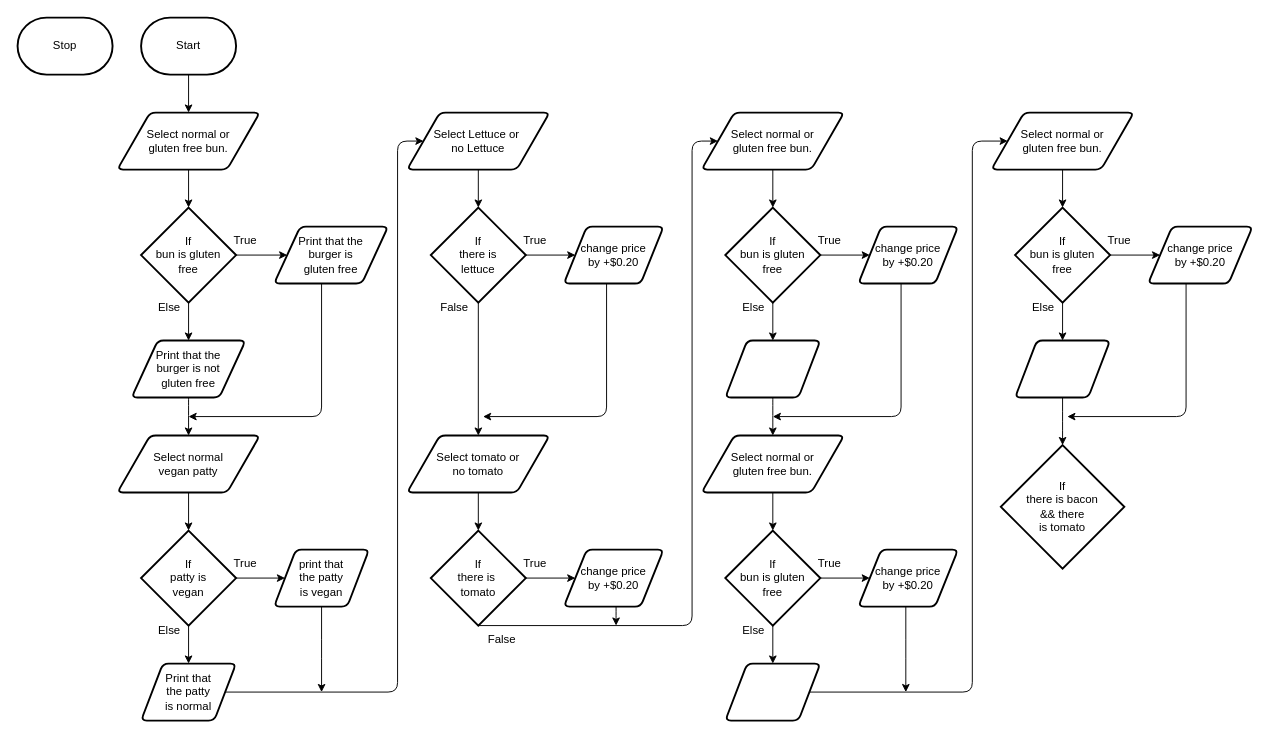
This is design/flowchart.drawio from MTHS-ICD2O-1-2023/ICD2O-Assignment-04-Adam-Batiuk, a draw.io file, before an edit. Source tidied: cells renumbered, new cells numbered last; positions are measured from the earlier drawing's top-left corner, leaving out a move shared by most shapes. Both pictures are drawn from the tidied source at 95%, with x=0, y=0 at pixel (17, 17).
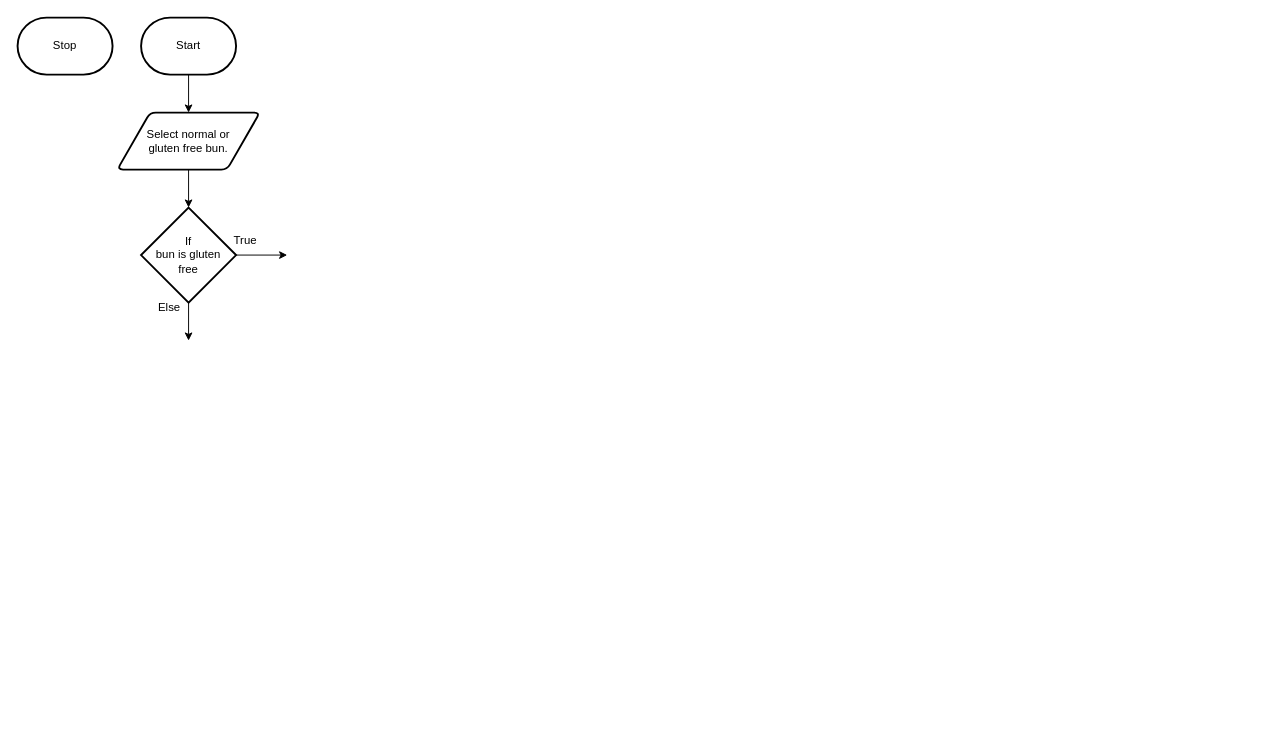
The same page after the edit.

Unchanged cells that the change refers to:
```xml
<mxCell id="9" value="If&lt;br&gt;bun is gluten &lt;br&gt;free" style="strokeWidth=2;html=1;shape=mxgraph.flowchart.decision;whiteSpace=wrap;" parent="1" vertex="1">
  <mxGeometry x="130" y="200" width="100" height="100" as="geometry" />
</mxCell>
```

Diff of the diagram source:
```diff
@@
-    <mxCell id="7" style="edgeStyle=none;html=1;" parent="1" edge="1" source="9" target="11">
-      <mxGeometry relative="1" as="geometry" />
+    <mxCell id="7" style="edgeStyle=none;html=1;" parent="1" edge="1" source="9">
+      <mxGeometry relative="1" as="geometry">
+        <mxPoint x="283.8" y="250" as="targetPoint" />
+      </mxGeometry>
     </mxCell>
-    <mxCell id="8" style="edgeStyle=none;html=1;" parent="1" edge="1" source="9" target="13">
-      <mxGeometry relative="1" as="geometry" />
+    <mxCell id="8" style="edgeStyle=none;html=1;" parent="1" edge="1" source="9">
+      <mxGeometry relative="1" as="geometry">
+        <mxPoint x="180" y="340" as="targetPoint" />
+      </mxGeometry>
     </mxCell>
@@
-    <mxCell id="10" style="edgeStyle=elbowEdgeStyle;html=1;" parent="1" edge="1" source="11">
-      <mxGeometry relative="1" as="geometry">
-        <mxPoint x="180" y="420" as="targetPoint" />
-        <Array as="points">
-          <mxPoint x="320" y="340" />
-        </Array>
-      </mxGeometry>
-    </mxCell>
-    <mxCell id="11" value="Print that the &lt;br&gt;burger is &lt;br&gt;gluten free" style="shape=parallelogram;html=1;strokeWidth=2;perimeter=parallelogramPerimeter;whiteSpace=wrap;rounded=1;arcSize=12;size=0.23;" parent="1" vertex="1">
-      <mxGeometry x="270" y="220" width="120" height="60" as="geometry" />
-    </mxCell>
-    <mxCell id="12" style="edgeStyle=orthogonalEdgeStyle;curved=1;html=1;" parent="1" edge="1" source="13" target="17">
-      <mxGeometry relative="1" as="geometry" />
-    </mxCell>
-    <mxCell id="13" value="Print that the &lt;br&gt;burger is not &lt;br&gt;gluten free" style="shape=parallelogram;html=1;strokeWidth=2;perimeter=parallelogramPerimeter;whiteSpace=wrap;rounded=1;arcSize=12;size=0.23;" parent="1" vertex="1">
-      <mxGeometry x="120" y="340" width="120" height="60" as="geometry" />
-    </mxCell>
@@
-    <mxCell id="16" style="edgeStyle=none;html=1;" parent="1" edge="1" source="17" target="20">
-      <mxGeometry relative="1" as="geometry" />
-    </mxCell>
-    <mxCell id="17" value="Select normal &lt;br&gt;vegan patty" style="shape=parallelogram;html=1;strokeWidth=2;perimeter=parallelogramPerimeter;whiteSpace=wrap;rounded=1;arcSize=12;size=0.23;" parent="1" vertex="1">
-      <mxGeometry x="105" y="440" width="150" height="60" as="geometry" />
-    </mxCell>
-    <mxCell id="18" style="edgeStyle=none;html=1;" parent="1" edge="1" source="20" target="22">
-      <mxGeometry relative="1" as="geometry" />
-    </mxCell>
-    <mxCell id="19" style="edgeStyle=none;html=1;" parent="1" edge="1" source="20" target="24">
-      <mxGeometry relative="1" as="geometry" />
-    </mxCell>
-    <mxCell id="20" value="If&lt;br&gt;patty is &lt;br&gt;vegan" style="strokeWidth=2;html=1;shape=mxgraph.flowchart.decision;whiteSpace=wrap;" parent="1" vertex="1">
-      <mxGeometry x="130" y="540" width="100" height="100" as="geometry" />
-    </mxCell>
-    <mxCell id="21" style="edgeStyle=elbowEdgeStyle;html=1;" parent="1" edge="1" source="22">
-      <mxGeometry relative="1" as="geometry">
-        <mxPoint x="320" y="710" as="targetPoint" />
-      </mxGeometry>
-    </mxCell>
-    <mxCell id="22" value="print that&lt;br&gt;the patty&lt;br&gt;is vegan" style="shape=parallelogram;html=1;strokeWidth=2;perimeter=parallelogramPerimeter;whiteSpace=wrap;rounded=1;arcSize=12;size=0.23;" parent="1" vertex="1">
-      <mxGeometry x="270" y="560" width="100" height="60" as="geometry" />
-    </mxCell>
-    <mxCell id="23" style="edgeStyle=elbowEdgeStyle;html=1;" parent="1" edge="1" source="24" target="28">
-      <mxGeometry relative="1" as="geometry">
-        <Array as="points">
-          <mxPoint x="400" y="420" />
-        </Array>
-      </mxGeometry>
-    </mxCell>
-    <mxCell id="24" value="Print that&lt;br&gt;the patty&lt;br&gt;is normal" style="shape=parallelogram;html=1;strokeWidth=2;perimeter=parallelogramPerimeter;whiteSpace=wrap;rounded=1;arcSize=12;size=0.23;" parent="1" vertex="1">
-      <mxGeometry x="130" y="680" width="100" height="60" as="geometry" />
-    </mxCell>
-    <mxCell id="25" value="True" style="text;html=1;strokeColor=none;fillColor=none;align=center;verticalAlign=middle;whiteSpace=wrap;rounded=0;" parent="1" vertex="1">
-      <mxGeometry x="210" y="560" width="60" height="30" as="geometry" />
-    </mxCell>
-    <mxCell id="26" value="Else" style="text;html=1;strokeColor=none;fillColor=none;align=center;verticalAlign=middle;whiteSpace=wrap;rounded=0;" parent="1" vertex="1">
-      <mxGeometry x="130" y="630" width="60" height="30" as="geometry" />
-    </mxCell>
-    <mxCell id="27" style="edgeStyle=none;html=1;" parent="1" edge="1" source="28" target="31">
-      <mxGeometry relative="1" as="geometry" />
-    </mxCell>
-    <mxCell id="28" value="Select Lettuce or&amp;nbsp;&lt;br&gt;no Lettuce" style="shape=parallelogram;html=1;strokeWidth=2;perimeter=parallelogramPerimeter;whiteSpace=wrap;rounded=1;arcSize=12;size=0.23;" parent="1" vertex="1">
-      <mxGeometry x="410" y="100" width="150" height="60" as="geometry" />
-    </mxCell>
-    <mxCell id="29" style="edgeStyle=none;html=1;" parent="1" edge="1" source="31" target="33">
-      <mxGeometry relative="1" as="geometry" />
-    </mxCell>
-    <mxCell id="30" style="edgeStyle=orthogonalEdgeStyle;html=1;" parent="1" edge="1" source="31" target="37">
-      <mxGeometry relative="1" as="geometry" />
-    </mxCell>
-    <mxCell id="31" value="If&lt;br&gt;there is &lt;br&gt;lettuce" style="strokeWidth=2;html=1;shape=mxgraph.flowchart.decision;whiteSpace=wrap;" parent="1" vertex="1">
-      <mxGeometry x="435" y="200" width="100" height="100" as="geometry" />
-    </mxCell>
-    <mxCell id="32" style="edgeStyle=elbowEdgeStyle;html=1;" parent="1" edge="1" source="33">
-      <mxGeometry relative="1" as="geometry">
-        <mxPoint x="490" y="420" as="targetPoint" />
-        <Array as="points">
-          <mxPoint x="620" y="340" />
-        </Array>
-      </mxGeometry>
-    </mxCell>
-    <mxCell id="33" value="change price&lt;br&gt;by +$0.20" style="shape=parallelogram;html=1;strokeWidth=2;perimeter=parallelogramPerimeter;whiteSpace=wrap;rounded=1;arcSize=12;size=0.23;" parent="1" vertex="1">
-      <mxGeometry x="575" y="220" width="105" height="60" as="geometry" />
-    </mxCell>
-    <mxCell id="34" value="True" style="text;html=1;strokeColor=none;fillColor=none;align=center;verticalAlign=middle;whiteSpace=wrap;rounded=0;" parent="1" vertex="1">
-      <mxGeometry x="515" y="220" width="60" height="30" as="geometry" />
-    </mxCell>
-    <mxCell id="35" value="False" style="text;html=1;strokeColor=none;fillColor=none;align=center;verticalAlign=middle;whiteSpace=wrap;rounded=0;" parent="1" vertex="1">
-      <mxGeometry x="430" y="290" width="60" height="30" as="geometry" />
-    </mxCell>
-    <mxCell id="36" style="edgeStyle=none;html=1;" parent="1" edge="1" source="37" target="40">
-      <mxGeometry relative="1" as="geometry" />
-    </mxCell>
-    <mxCell id="37" value="Select tomato or&lt;br&gt;no tomato" style="shape=parallelogram;html=1;strokeWidth=2;perimeter=parallelogramPerimeter;whiteSpace=wrap;rounded=1;arcSize=12;size=0.23;" parent="1" vertex="1">
-      <mxGeometry x="410" y="440" width="150" height="60" as="geometry" />
-    </mxCell>
-    <mxCell id="38" style="edgeStyle=none;html=1;" parent="1" edge="1" source="40" target="42">
-      <mxGeometry relative="1" as="geometry" />
-    </mxCell>
-    <mxCell id="39" style="edgeStyle=elbowEdgeStyle;html=1;exitX=0.5;exitY=1;exitDx=0;exitDy=0;exitPerimeter=0;" parent="1" edge="1" source="40" target="46">
-      <mxGeometry relative="1" as="geometry">
-        <Array as="points">
-          <mxPoint x="710" y="360" />
-        </Array>
-      </mxGeometry>
-    </mxCell>
-    <mxCell id="40" value="If&lt;br&gt;there is&amp;nbsp;&lt;br&gt;tomato" style="strokeWidth=2;html=1;shape=mxgraph.flowchart.decision;whiteSpace=wrap;" parent="1" vertex="1">
-      <mxGeometry x="435" y="540" width="100" height="100" as="geometry" />
-    </mxCell>
-    <mxCell id="41" style="edgeStyle=elbowEdgeStyle;html=1;" parent="1" edge="1" source="42">
-      <mxGeometry relative="1" as="geometry">
-        <mxPoint x="630" y="640" as="targetPoint" />
-      </mxGeometry>
-    </mxCell>
-    <mxCell id="42" value="change price&lt;br&gt;by +$0.20" style="shape=parallelogram;html=1;strokeWidth=2;perimeter=parallelogramPerimeter;whiteSpace=wrap;rounded=1;arcSize=12;size=0.23;" parent="1" vertex="1">
-      <mxGeometry x="575" y="560" width="105" height="60" as="geometry" />
-    </mxCell>
-    <mxCell id="43" value="True" style="text;html=1;strokeColor=none;fillColor=none;align=center;verticalAlign=middle;whiteSpace=wrap;rounded=0;" parent="1" vertex="1">
-      <mxGeometry x="515" y="560" width="60" height="30" as="geometry" />
-    </mxCell>
-    <mxCell id="44" value="False" style="text;html=1;strokeColor=none;fillColor=none;align=center;verticalAlign=middle;whiteSpace=wrap;rounded=0;" parent="1" vertex="1">
-      <mxGeometry x="480" y="640" width="60" height="30" as="geometry" />
-    </mxCell>
-    <mxCell id="45" style="edgeStyle=none;html=1;" parent="1" edge="1" source="46" target="49">
-      <mxGeometry relative="1" as="geometry" />
-    </mxCell>
-    <mxCell id="46" value="Select normal or &lt;br&gt;gluten free bun." style="shape=parallelogram;html=1;strokeWidth=2;perimeter=parallelogramPerimeter;whiteSpace=wrap;rounded=1;arcSize=12;size=0.23;" parent="1" vertex="1">
-      <mxGeometry x="720" y="100" width="150" height="60" as="geometry" />
-    </mxCell>
-    <mxCell id="47" style="edgeStyle=none;html=1;" parent="1" edge="1" source="49" target="51">
-      <mxGeometry relative="1" as="geometry" />
-    </mxCell>
-    <mxCell id="48" style="edgeStyle=none;html=1;" parent="1" edge="1" source="49" target="53">
-      <mxGeometry relative="1" as="geometry" />
-    </mxCell>
-    <mxCell id="49" value="If&lt;br&gt;bun is gluten &lt;br&gt;free" style="strokeWidth=2;html=1;shape=mxgraph.flowchart.decision;whiteSpace=wrap;" parent="1" vertex="1">
-      <mxGeometry x="745" y="200" width="100" height="100" as="geometry" />
-    </mxCell>
-    <mxCell id="50" style="edgeStyle=elbowEdgeStyle;html=1;" parent="1" edge="1" source="51">
-      <mxGeometry relative="1" as="geometry">
-        <mxPoint x="795" y="420" as="targetPoint" />
-        <Array as="points">
-          <mxPoint x="930" y="340" />
-        </Array>
-      </mxGeometry>
-    </mxCell>
-    <mxCell id="51" value="change price&lt;br&gt;by +$0.20" style="shape=parallelogram;html=1;strokeWidth=2;perimeter=parallelogramPerimeter;whiteSpace=wrap;rounded=1;arcSize=12;size=0.23;" parent="1" vertex="1">
-      <mxGeometry x="885" y="220" width="105" height="60" as="geometry" />
-    </mxCell>
-    <mxCell id="52" style="edgeStyle=orthogonalEdgeStyle;curved=1;html=1;" parent="1" edge="1" source="53" target="57">
-      <mxGeometry relative="1" as="geometry" />
-    </mxCell>
-    <mxCell id="53" style="shape=parallelogram;html=1;strokeWidth=2;perimeter=parallelogramPerimeter;whiteSpace=wrap;rounded=1;arcSize=12;size=0.23;" parent="1" vertex="1">
-      <mxGeometry x="745" y="340" width="100" height="60" as="geometry" />
-    </mxCell>
-    <mxCell id="54" value="True" style="text;html=1;strokeColor=none;fillColor=none;align=center;verticalAlign=middle;whiteSpace=wrap;rounded=0;" parent="1" vertex="1">
-      <mxGeometry x="825" y="220" width="60" height="30" as="geometry" />
-    </mxCell>
-    <mxCell id="55" value="Else" style="text;html=1;strokeColor=none;fillColor=none;align=center;verticalAlign=middle;whiteSpace=wrap;rounded=0;" parent="1" vertex="1">
-      <mxGeometry x="745" y="290" width="60" height="30" as="geometry" />
-    </mxCell>
-    <mxCell id="56" style="edgeStyle=none;html=1;" parent="1" edge="1" source="57" target="60">
-      <mxGeometry relative="1" as="geometry" />
-    </mxCell>
-    <mxCell id="57" value="Select normal or &lt;br&gt;gluten free bun." style="shape=parallelogram;html=1;strokeWidth=2;perimeter=parallelogramPerimeter;whiteSpace=wrap;rounded=1;arcSize=12;size=0.23;" parent="1" vertex="1">
-      <mxGeometry x="720" y="440" width="150" height="60" as="geometry" />
-    </mxCell>
-    <mxCell id="58" style="edgeStyle=none;html=1;" parent="1" edge="1" source="60" target="62">
-      <mxGeometry relative="1" as="geometry" />
-    </mxCell>
-    <mxCell id="59" style="edgeStyle=none;html=1;" parent="1" edge="1" source="60" target="64">
-      <mxGeometry relative="1" as="geometry" />
-    </mxCell>
-    <mxCell id="60" value="If&lt;br&gt;bun is gluten &lt;br&gt;free" style="strokeWidth=2;html=1;shape=mxgraph.flowchart.decision;whiteSpace=wrap;" parent="1" vertex="1">
-      <mxGeometry x="745" y="540" width="100" height="100" as="geometry" />
-    </mxCell>
-    <mxCell id="61" style="edgeStyle=elbowEdgeStyle;html=1;" parent="1" edge="1" source="62">
-      <mxGeometry relative="1" as="geometry">
-        <mxPoint x="935" y="710" as="targetPoint" />
-      </mxGeometry>
-    </mxCell>
-    <mxCell id="62" value="change price&lt;br&gt;by +$0.20" style="shape=parallelogram;html=1;strokeWidth=2;perimeter=parallelogramPerimeter;whiteSpace=wrap;rounded=1;arcSize=12;size=0.23;" parent="1" vertex="1">
-      <mxGeometry x="885" y="560" width="105" height="60" as="geometry" />
-    </mxCell>
-    <mxCell id="63" style="edgeStyle=elbowEdgeStyle;html=1;" parent="1" edge="1" source="64" target="68">
-      <mxGeometry relative="1" as="geometry">
-        <Array as="points">
-          <mxPoint x="1005" y="410" />
-        </Array>
-      </mxGeometry>
-    </mxCell>
-    <mxCell id="64" style="shape=parallelogram;html=1;strokeWidth=2;perimeter=parallelogramPerimeter;whiteSpace=wrap;rounded=1;arcSize=12;size=0.23;" parent="1" vertex="1">
-      <mxGeometry x="745" y="680" width="100" height="60" as="geometry" />
-    </mxCell>
-    <mxCell id="65" value="True" style="text;html=1;strokeColor=none;fillColor=none;align=center;verticalAlign=middle;whiteSpace=wrap;rounded=0;" parent="1" vertex="1">
-      <mxGeometry x="825" y="560" width="60" height="30" as="geometry" />
-    </mxCell>
-    <mxCell id="66" value="Else" style="text;html=1;strokeColor=none;fillColor=none;align=center;verticalAlign=middle;whiteSpace=wrap;rounded=0;" parent="1" vertex="1">
-      <mxGeometry x="745" y="630" width="60" height="30" as="geometry" />
-    </mxCell>
-    <mxCell id="67" style="edgeStyle=none;html=1;" parent="1" edge="1" source="68" target="71">
-      <mxGeometry relative="1" as="geometry" />
-    </mxCell>
-    <mxCell id="68" value="Select normal or &lt;br&gt;gluten free bun." style="shape=parallelogram;html=1;strokeWidth=2;perimeter=parallelogramPerimeter;whiteSpace=wrap;rounded=1;arcSize=12;size=0.23;" parent="1" vertex="1">
-      <mxGeometry x="1025" y="100" width="150" height="60" as="geometry" />
-    </mxCell>
-    <mxCell id="69" style="edgeStyle=none;html=1;" parent="1" edge="1" source="71" target="73">
-      <mxGeometry relative="1" as="geometry" />
-    </mxCell>
-    <mxCell id="70" style="edgeStyle=none;html=1;" parent="1" edge="1" source="71" target="75">
-      <mxGeometry relative="1" as="geometry" />
-    </mxCell>
-    <mxCell id="71" value="If&lt;br&gt;bun is gluten &lt;br&gt;free" style="strokeWidth=2;html=1;shape=mxgraph.flowchart.decision;whiteSpace=wrap;" parent="1" vertex="1">
-      <mxGeometry x="1050" y="200" width="100" height="100" as="geometry" />
-    </mxCell>
-    <mxCell id="72" style="edgeStyle=elbowEdgeStyle;html=1;" parent="1" edge="1" source="73">
-      <mxGeometry relative="1" as="geometry">
-        <mxPoint x="1105" y="420" as="targetPoint" />
-        <Array as="points">
-          <mxPoint x="1230" y="330" />
-        </Array>
-      </mxGeometry>
-    </mxCell>
-    <mxCell id="73" value="change price&lt;br&gt;by +$0.20" style="shape=parallelogram;html=1;strokeWidth=2;perimeter=parallelogramPerimeter;whiteSpace=wrap;rounded=1;arcSize=12;size=0.23;" parent="1" vertex="1">
-      <mxGeometry x="1190" y="220" width="110" height="60" as="geometry" />
-    </mxCell>
-    <mxCell id="74" style="edgeStyle=elbowEdgeStyle;html=1;" parent="1" edge="1" source="75" target="78">
-      <mxGeometry relative="1" as="geometry" />
-    </mxCell>
-    <mxCell id="75" style="shape=parallelogram;html=1;strokeWidth=2;perimeter=parallelogramPerimeter;whiteSpace=wrap;rounded=1;arcSize=12;size=0.23;" parent="1" vertex="1">
-      <mxGeometry x="1050" y="340" width="100" height="60" as="geometry" />
-    </mxCell>
-    <mxCell id="76" value="True" style="text;html=1;strokeColor=none;fillColor=none;align=center;verticalAlign=middle;whiteSpace=wrap;rounded=0;" parent="1" vertex="1">
-      <mxGeometry x="1130" y="220" width="60" height="30" as="geometry" />
-    </mxCell>
-    <mxCell id="77" value="Else" style="text;html=1;strokeColor=none;fillColor=none;align=center;verticalAlign=middle;whiteSpace=wrap;rounded=0;" parent="1" vertex="1">
-      <mxGeometry x="1050" y="290" width="60" height="30" as="geometry" />
-    </mxCell>
-    <mxCell id="78" value="If&lt;br&gt;there is bacon&lt;br&gt;&amp;amp;&amp;amp; there&lt;br&gt;is tomato" style="strokeWidth=2;html=1;shape=mxgraph.flowchart.decision;whiteSpace=wrap;" parent="1" vertex="1">
-      <mxGeometry x="1035" y="450" width="130" height="130" as="geometry" />
-    </mxCell>
```
